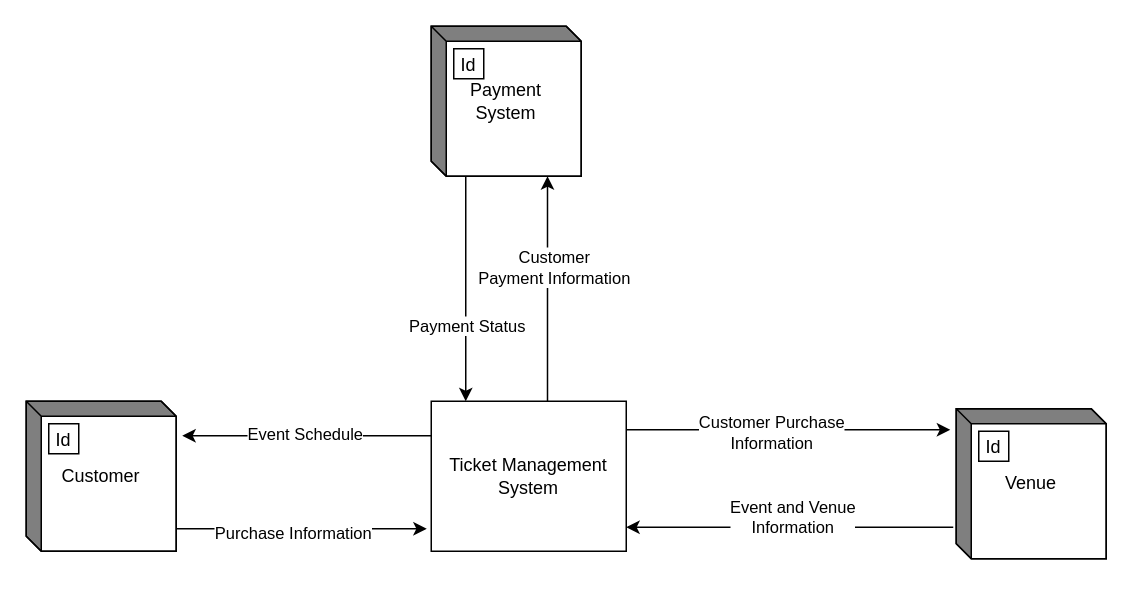
Before: ITEC 630 Context Diagram Ticket Mangement System .drawio in SteveWChang/UMGC-ITEC--630-Ticketing-System-Modeling-and-Analysis, a draw.io diagram. Source tidied: cells renumbered, new cells numbered last; positions are measured from the earlier drawing's top-left corner, leaving out a move shared by most shapes. Both pictures are drawn from the tidied source at 150%, with x=0, y=0 at pixel (26, 26).
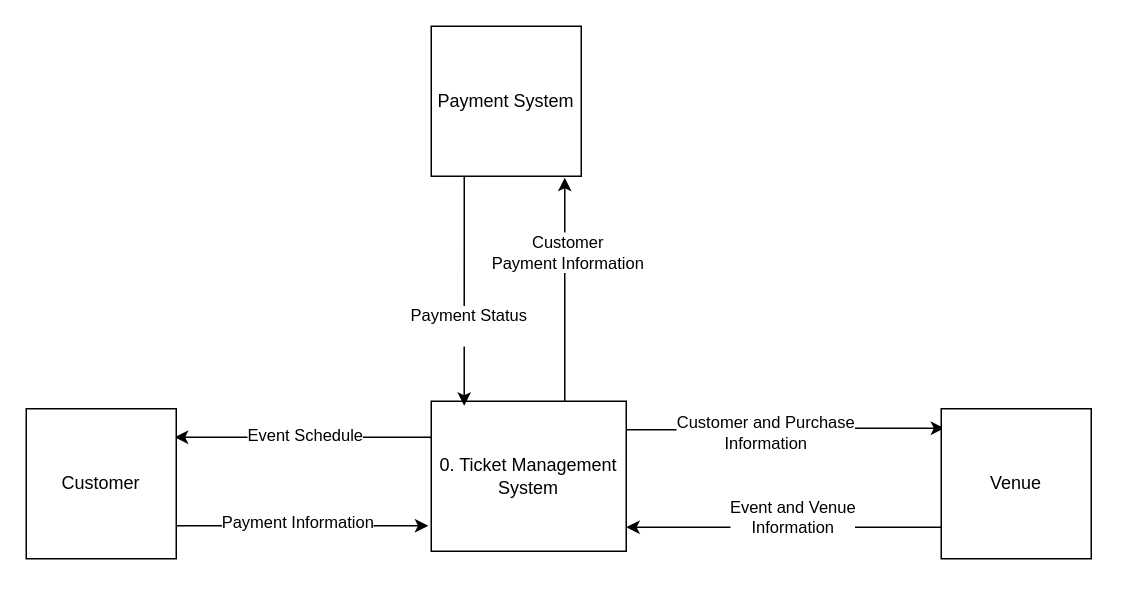
The same page after the edit.

The edit, as a diff of the source:
```diff
@@
-    <mxCell id="2" value="Ticket Management System" style="html=1;dashed=0;whiteSpace=wrap;" parent="1" vertex="1">
+    <mxCell id="2" value="0. Ticket Management System" style="html=1;dashed=0;whiteSpace=wrap;" parent="1" vertex="1">
       <mxGeometry x="270" y="250" width="130" height="100" as="geometry" />
     </mxCell>
-    <mxCell id="3" value="Customer" style="html=1;dashed=0;whiteSpace=wrap;shape=mxgraph.dfd.externalEntity;" parent="1" vertex="1">
-      <mxGeometry y="250" width="100" height="100" as="geometry" />
-    </mxCell>
-    <mxCell id="4" value="Id" style="strokeColor=inherit;fillColor=inherit;gradientColor=inherit;" parent="3" vertex="1">
-      <mxGeometry width="20" height="20" relative="1" as="geometry">
-        <mxPoint x="15" y="15" as="offset" />
-      </mxGeometry>
-    </mxCell>
-    <mxCell id="5" value="Venue" style="html=1;dashed=0;whiteSpace=wrap;shape=mxgraph.dfd.externalEntity;" parent="1" vertex="1">
-      <mxGeometry x="620" y="255" width="100" height="100" as="geometry" />
-    </mxCell>
-    <mxCell id="6" value="Id" style="strokeColor=inherit;fillColor=inherit;gradientColor=inherit;" parent="5" vertex="1">
-      <mxGeometry width="20" height="20" relative="1" as="geometry">
-        <mxPoint x="15" y="15" as="offset" />
-      </mxGeometry>
-    </mxCell>
-    <mxCell id="7" style="edgeStyle=orthogonalEdgeStyle;rounded=0;jettySize=auto;html=1;entryX=0.177;entryY=0;entryDx=0;entryDy=0;entryPerimeter=0;" parent="1" edge="1" source="9" target="2">
-      <mxGeometry relative="1" as="geometry">
-        <Array as="points">
-          <mxPoint x="293" y="140" />
-          <mxPoint x="293" y="140" />
-        </Array>
-      </mxGeometry>
-    </mxCell>
-    <mxCell id="8" value="Payment Status" style="edgeLabel;html=1;align=center;verticalAlign=middle;" parent="7" vertex="1">
-      <mxGeometry x="0.05" relative="1" as="geometry">
-        <mxPoint y="21" as="offset" />
-      </mxGeometry>
-    </mxCell>
-    <mxCell id="9" value="&lt;div&gt;Payment&lt;/div&gt;&lt;div&gt;System&lt;/div&gt;" style="html=1;dashed=0;whiteSpace=wrap;shape=mxgraph.dfd.externalEntity;" parent="1" vertex="1">
-      <mxGeometry x="270" width="100" height="100" as="geometry" />
-    </mxCell>
-    <mxCell id="10" value="Id" style="strokeColor=inherit;fillColor=inherit;gradientColor=inherit;" parent="9" vertex="1">
-      <mxGeometry width="20" height="20" relative="1" as="geometry">
-        <mxPoint x="15" y="15" as="offset" />
-      </mxGeometry>
-    </mxCell>
-    <mxCell id="11" style="edgeStyle=orthogonalEdgeStyle;rounded=0;jettySize=auto;html=1;entryX=1.04;entryY=0.23;entryDx=0;entryDy=0;entryPerimeter=0;" parent="1" edge="1" source="2" target="3">
+    <mxCell id="11" style="edgeStyle=orthogonalEdgeStyle;rounded=0;jettySize=auto;html=1;entryX=0.99;entryY=0.19;entryDx=0;entryDy=0;entryPerimeter=0;" parent="1" edge="1" source="2" target="3">
       <mxGeometry relative="1" as="geometry">
         <Array as="points">
-          <mxPoint x="310" y="273" />
-          <mxPoint x="310" y="273" />
+          <mxPoint x="240" y="274" />
+          <mxPoint x="240" y="274" />
         </Array>
       </mxGeometry>
     </mxCell>
     <mxCell id="12" value="Event Schedule" style="edgeLabel;html=1;align=center;verticalAlign=middle;" parent="11" vertex="1">
-      <mxGeometry x="0.02" y="-2" relative="1" as="geometry" />
+      <mxGeometry x="-0.01" y="-2" relative="1" as="geometry" />
     </mxCell>
-    <mxCell id="13" style="edgeStyle=orthogonalEdgeStyle;rounded=0;jettySize=auto;html=1;entryX=-0.04;entryY=0.14;entryDx=0;entryDy=0;entryPerimeter=0;" parent="1" edge="1" source="2" target="5">
-      <mxGeometry relative="1" as="geometry">
+    <mxCell id="13" style="edgeStyle=orthogonalEdgeStyle;rounded=0;jettySize=auto;html=1;entryX=0.02;entryY=0.13;entryDx=0;entryDy=0;entryPerimeter=0;" parent="1" edge="1" source="2" target="5">
+      <mxGeometry x="-0.03" relative="1" as="geometry">
         <Array as="points">
-          <mxPoint x="510" y="269" />
           <mxPoint x="510" y="269" />
         </Array>
       </mxGeometry>
     </mxCell>
-    <mxCell id="14" value="&lt;div&gt;Customer Purchase&lt;/div&gt;&lt;div&gt;Information&lt;/div&gt;" style="edgeLabel;html=1;align=center;verticalAlign=middle;" parent="13" vertex="1">
-      <mxGeometry x="-0.11" y="-1" relative="1" as="geometry" />
+    <mxCell id="14" value="&lt;div&gt;Customer and Purchase&lt;/div&gt;&lt;div&gt;Information&lt;/div&gt;" style="edgeLabel;html=1;align=center;verticalAlign=middle;" parent="13" vertex="1">
+      <mxGeometry x="-0.14" y="-1" relative="1" as="geometry" />
     </mxCell>
@@
-    <mxCell id="17" style="edgeStyle=orthogonalEdgeStyle;rounded=0;jettySize=auto;html=1;entryX=-0.023;entryY=0.85;entryDx=0;entryDy=0;entryPerimeter=0;" parent="1" edge="1" source="3" target="2">
-      <mxGeometry relative="1" as="geometry">
-        <Array as="points">
-          <mxPoint x="140" y="335" />
-          <mxPoint x="140" y="335" />
-        </Array>
-      </mxGeometry>
-    </mxCell>
-    <mxCell id="18" value="Purchase Information" style="edgeLabel;html=1;align=center;verticalAlign=middle;" parent="17" vertex="1">
-      <mxGeometry x="-0.08" y="-2" relative="1" as="geometry" />
-    </mxCell>
+    <mxCell id="3" value="&lt;div&gt;Customer&lt;/div&gt;" style="html=1;dashed=0;whiteSpace=wrap;" parent="1" vertex="1">
+      <mxGeometry y="255" width="100" height="100" as="geometry" />
+    </mxCell>
+    <mxCell id="5" value="&lt;div&gt;Venue&lt;/div&gt;" style="html=1;dashed=0;whiteSpace=wrap;" parent="1" vertex="1">
+      <mxGeometry x="610" y="255" width="100" height="100" as="geometry" />
+    </mxCell>
+    <mxCell id="9" value="Payment System" style="html=1;dashed=0;whiteSpace=wrap;" parent="1" vertex="1">
+      <mxGeometry x="270" width="100" height="100" as="geometry" />
+    </mxCell>
-    <mxCell id="19" style="edgeStyle=orthogonalEdgeStyle;rounded=0;jettySize=auto;html=1;entryX=0;entryY=0;entryDx=77.5;entryDy=100;entryPerimeter=0;" parent="1" edge="1" source="2" target="9">
-      <mxGeometry x="-0.08" relative="1" as="geometry">
+    <mxCell id="19" style="edgeStyle=orthogonalEdgeStyle;rounded=0;jettySize=auto;html=1;entryX=0.89;entryY=1.01;entryDx=0;entryDy=0;entryPerimeter=0;" parent="1" edge="1" source="2" target="9">
+      <mxGeometry relative="1" as="geometry">
         <Array as="points">
-          <mxPoint x="347.5" y="210" />
-          <mxPoint x="347.5" y="210" />
+          <mxPoint x="359" y="210" />
+          <mxPoint x="359" y="210" />
         </Array>
       </mxGeometry>
     </mxCell>
     <mxCell id="20" value="&lt;div&gt;Customer&lt;/div&gt;&lt;div&gt;Payment Information&lt;/div&gt;" style="edgeLabel;html=1;align=center;verticalAlign=middle;" parent="19" vertex="1">
-      <mxGeometry x="0.2" y="-3" relative="1" as="geometry">
-        <mxPoint x="1" as="offset" />
+      <mxGeometry x="0.17" y="1" relative="1" as="geometry">
+        <mxPoint x="2" y="-13" as="offset" />
       </mxGeometry>
     </mxCell>
+    <mxCell id="7" style="edgeStyle=orthogonalEdgeStyle;rounded=0;jettySize=auto;html=1;entryX=0.169;entryY=0.03;entryDx=0;entryDy=0;entryPerimeter=0;" parent="1" edge="1" source="9" target="2">
+      <mxGeometry x="-0.01" relative="1" as="geometry">
+        <Array as="points">
+          <mxPoint x="292" y="150" />
+          <mxPoint x="292" y="150" />
+        </Array>
+      </mxGeometry>
+    </mxCell>
+    <mxCell id="8" value="&lt;div&gt;Payment Status&lt;/div&gt;&lt;div&gt;&lt;br&gt;&lt;/div&gt;" style="edgeLabel;html=1;align=center;verticalAlign=middle;" parent="7" vertex="1">
+      <mxGeometry x="-0.14" y="3" relative="1" as="geometry">
+        <mxPoint y="33" as="offset" />
+      </mxGeometry>
+    </mxCell>
+    <mxCell id="17" style="edgeStyle=orthogonalEdgeStyle;rounded=0;jettySize=auto;html=1;entryX=-0.015;entryY=0.83;entryDx=0;entryDy=0;entryPerimeter=0;" parent="1" edge="1" source="3" target="2">
+      <mxGeometry relative="1" as="geometry">
+        <Array as="points">
+          <mxPoint x="140" y="333" />
+          <mxPoint x="140" y="333" />
+        </Array>
+      </mxGeometry>
+    </mxCell>
+    <mxCell id="21" value="Payment Information" style="edgeLabel;html=1;align=center;verticalAlign=middle;" parent="17" vertex="1">
+      <mxGeometry x="-0.19" y="-3" relative="1" as="geometry">
+        <mxPoint x="12" y="-6" as="offset" />
+      </mxGeometry>
+    </mxCell>
```
